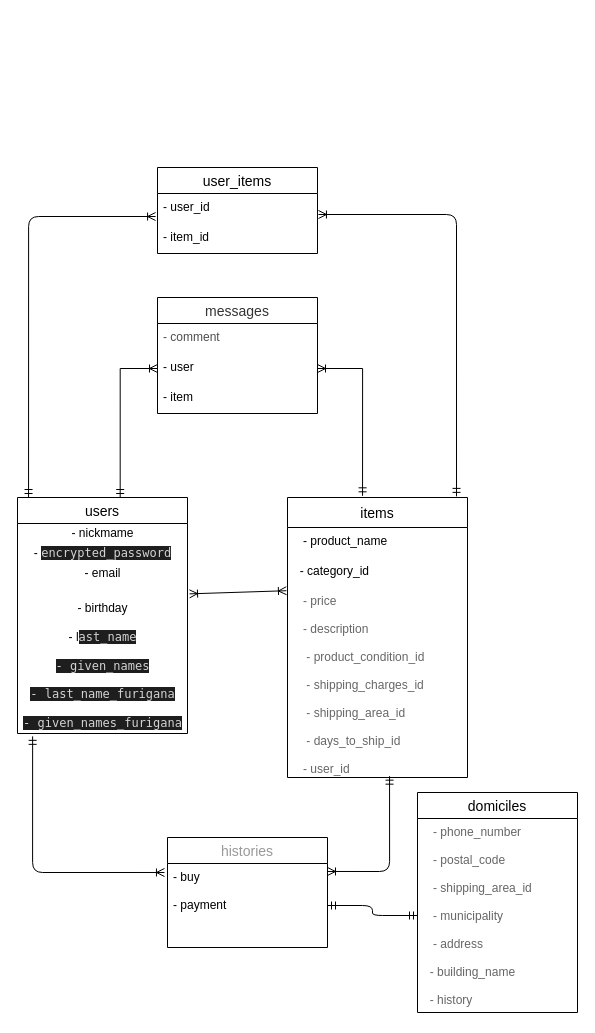
This is furima.dio from kood-kood/furima-34573, a draw.io file, before an edit. Source tidied: cells renumbered, new cells numbered last; positions are measured from the earlier drawing's top-left corner, leaving out a move shared by most shapes. Both pictures are drawn from the tidied source at 100%, with x=0, y=0 at pixel (17, 167).
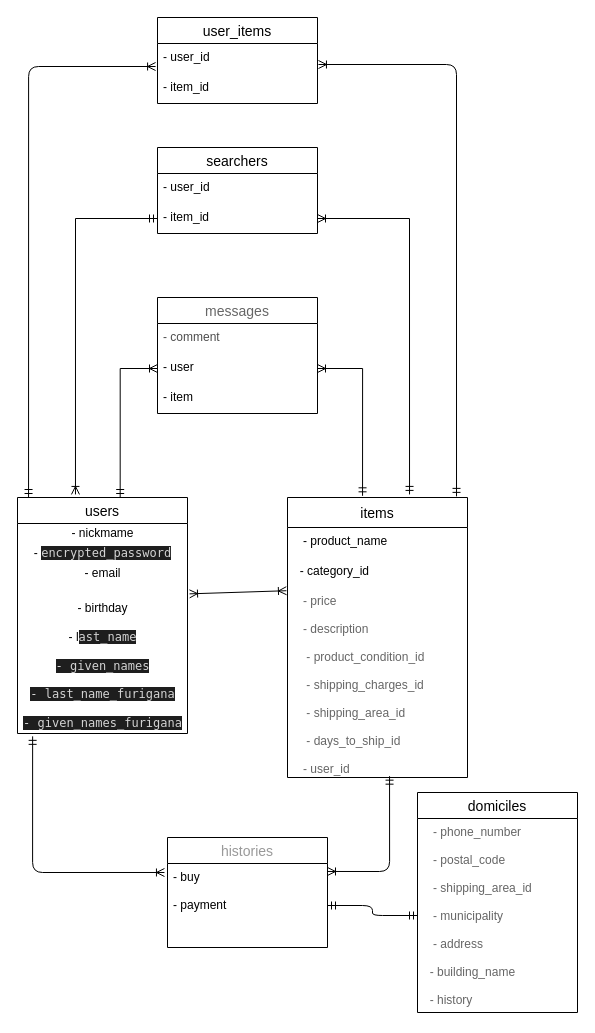
The same diagram, later.

Commit message (it also covers changes not shown here):
検索結果のページのテーブルとアソシエーションの設計図を記入

The change refers to these unchanged cells:
```xml
<mxCell id="2" value="users" style="swimlane;fontStyle=0;horizontal=1;startSize=26;align=center;fontSize=14;" parent="1" vertex="1">
  <mxGeometry y="330" width="170" height="236" as="geometry" />
</mxCell>
<mxCell id="7" value="items" style="swimlane;fontStyle=0;horizontal=1;startSize=30;align=center;fontSize=14;" parent="1" vertex="1">
  <mxGeometry x="270" y="330" width="180" height="280" as="geometry" />
</mxCell>
```

What changed in the source:
```diff
@@
     <mxCell id="15" value="user_items" style="swimlane;fontStyle=0;horizontal=1;startSize=26;align=center;fontSize=14;" parent="1" vertex="1">
-      <mxGeometry x="140" width="160" height="86" as="geometry" />
+      <mxGeometry x="140" y="-150" width="160" height="86" as="geometry" />
     </mxCell>
@@
-    <mxCell id="24" value="messages" style="swimlane;fontStyle=0;horizontal=1;startSize=26;align=center;fontSize=14;fontColor=#333333;" parent="1" vertex="1">
+    <mxCell id="24" value="messages" style="swimlane;fontStyle=0;horizontal=1;startSize=26;align=center;fontSize=14;fontColor=#666666;" parent="1" vertex="1">
       <mxGeometry x="140" y="130" width="160" height="116" as="geometry" />
     </mxCell>
@@
+    <mxCell id="30" value="searchers" style="swimlane;fontStyle=0;horizontal=1;startSize=26;align=center;fontSize=14;" parent="1" vertex="1">
+      <mxGeometry x="140" y="-20" width="160" height="86" as="geometry" />
+    </mxCell>
+    <mxCell id="31" value="- user_id" style="text;strokeColor=none;fillColor=none;spacingLeft=4;spacingRight=4;overflow=hidden;fontSize=12;" parent="30" vertex="1">
+      <mxGeometry y="26" width="160" height="30" as="geometry" />
+    </mxCell>
+    <mxCell id="32" value="- item_id" style="text;strokeColor=none;fillColor=none;spacingLeft=4;spacingRight=4;overflow=hidden;points=[[0,0.5],[1,0.5]];portConstraint=eastwest;fontSize=12;" parent="30" vertex="1">
+      <mxGeometry y="56" width="160" height="30" as="geometry" />
+    </mxCell>
+    <mxCell id="33" style="edgeStyle=orthogonalEdgeStyle;rounded=0;jettySize=auto;html=1;entryX=0.341;entryY=-0.013;entryDx=0;entryDy=0;entryPerimeter=0;fontColor=#666666;startArrow=ERmandOne;startFill=0;endArrow=ERoneToMany;endFill=0;" parent="1" edge="1" source="32" target="2">
+      <mxGeometry relative="1" as="geometry" />
+    </mxCell>
+    <mxCell id="34" style="edgeStyle=orthogonalEdgeStyle;rounded=0;jettySize=auto;html=1;entryX=0.678;entryY=-0.011;entryDx=0;entryDy=0;entryPerimeter=0;startArrow=ERoneToMany;startFill=0;endArrow=ERmandOne;endFill=0;fontColor=#666666;" parent="1" edge="1" source="32" target="7">
+      <mxGeometry relative="1" as="geometry" />
+    </mxCell>
```
